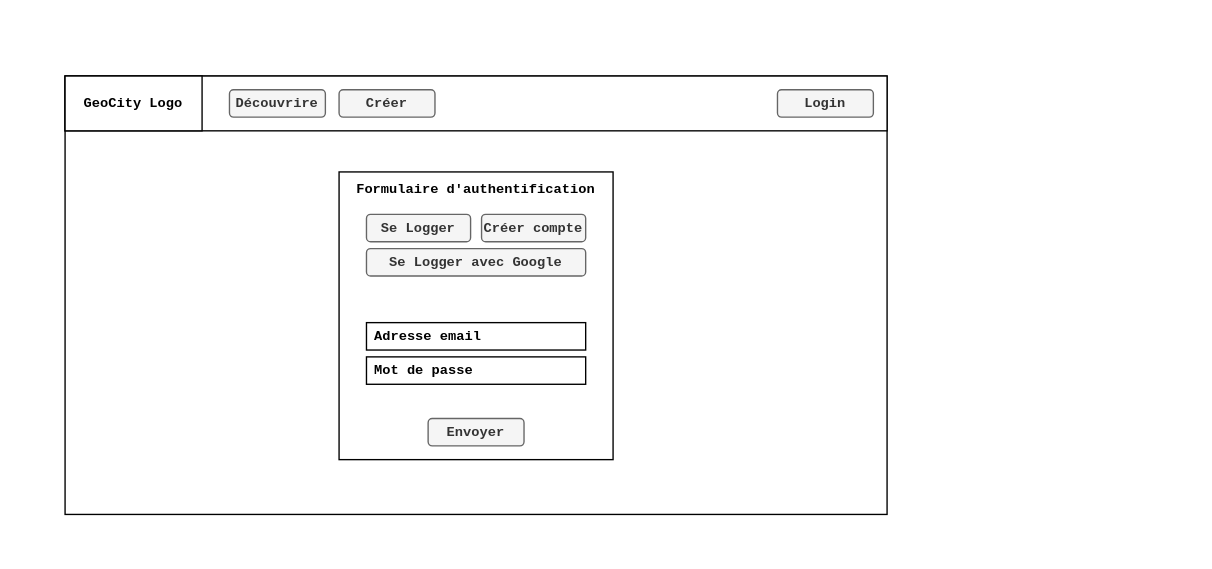
Above: page "U1" (3 of 9) of geocity.analysis/TFE/ressources/screen-mockups.drawio in WilliamGordon/GeoCity (draw.io), before the change. Source tidied: cells renumbered, new cells numbered last; positions are measured from the earlier drawing's top-left corner, leaving out a move shared by most shapes. Both pictures are drawn from the tidied source at 137%, with x=0, y=0 at pixel (64, 75).
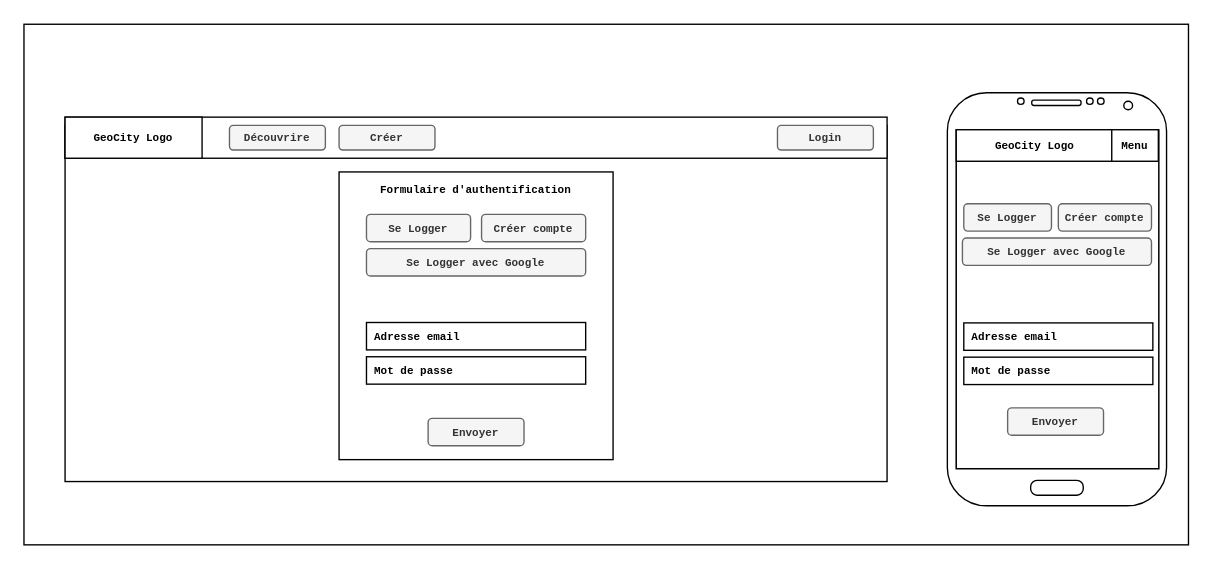
Above is the later version.

What changed in the source:
```diff
@@
+    <mxCell id="16" style="rounded=0;whiteSpace=wrap;html=1;fontFamily=Courier New;fontSize=8;strokeColor=#000000;" parent="1" vertex="1">
+      <mxGeometry x="648" y="62.2" width="148" height="225" as="geometry" />
+    </mxCell>
+    <mxCell id="17" style="rounded=0;whiteSpace=wrap;html=1;fontFamily=Courier New;fontSize=8;" parent="1" vertex="1">
+      <mxGeometry x="-30" y="-37.8" width="850" height="380" as="geometry" />
+    </mxCell>
-    <mxCell id="2" style="rounded=0;whiteSpace=wrap;html=1;fontFamily=Courier New;fontSize=10;fontStyle=1;" parent="1" vertex="1">
-      <mxGeometry width="600" height="320" as="geometry" />
+    <mxCell id="2" style="rounded=0;whiteSpace=wrap;html=1;fontFamily=Courier New;fontSize=8;fontStyle=1;" parent="1" vertex="1">
+      <mxGeometry y="36" width="600" height="260" as="geometry" />
     </mxCell>
-    <mxCell id="3" style="rounded=0;whiteSpace=wrap;html=1;fontFamily=Courier New;fontSize=10;fontStyle=1;" parent="1" vertex="1">
-      <mxGeometry width="600" height="40" as="geometry" />
+    <mxCell id="3" style="rounded=0;whiteSpace=wrap;html=1;fontFamily=Courier New;fontSize=8;fontStyle=1;" parent="1" vertex="1">
+      <mxGeometry y="30" width="600" height="30" as="geometry" />
     </mxCell>
-    <mxCell id="4" value="GeoCity Logo" style="rounded=0;whiteSpace=wrap;html=1;fontFamily=Courier New;fontSize=10;fontStyle=1;" parent="1" vertex="1">
-      <mxGeometry width="100" height="40" as="geometry" />
+    <mxCell id="4" value="GeoCity Logo" style="rounded=0;whiteSpace=wrap;html=1;fontFamily=Courier New;fontSize=8;fontStyle=1;" parent="1" vertex="1">
+      <mxGeometry y="30" width="100" height="30" as="geometry" />
     </mxCell>
-    <mxCell id="5" value="Découvrire" style="rounded=1;whiteSpace=wrap;html=1;fontFamily=Courier New;fontSize=10;fontStyle=1;fillColor=#f5f5f5;fontColor=#333333;strokeColor=#666666;" parent="1" vertex="1">
-      <mxGeometry x="120" y="10" width="70" height="20" as="geometry" />
+    <mxCell id="5" value="Découvrire" style="rounded=1;whiteSpace=wrap;html=1;fontFamily=Courier New;fontSize=8;fontStyle=1;fillColor=#f5f5f5;fontColor=#333333;strokeColor=#666666;" parent="1" vertex="1">
+      <mxGeometry x="120" y="36" width="70" height="18" as="geometry" />
     </mxCell>
-    <mxCell id="6" value="Login" style="rounded=1;whiteSpace=wrap;html=1;fontFamily=Courier New;fontSize=10;fontStyle=1;fillColor=#f5f5f5;fontColor=#333333;strokeColor=#666666;" parent="1" vertex="1">
-      <mxGeometry x="520" y="10" width="70" height="20" as="geometry" />
+    <mxCell id="6" value="Login" style="rounded=1;whiteSpace=wrap;html=1;fontFamily=Courier New;fontSize=8;fontStyle=1;fillColor=#f5f5f5;fontColor=#333333;strokeColor=#666666;" parent="1" vertex="1">
+      <mxGeometry x="520" y="36" width="70" height="18" as="geometry" />
     </mxCell>
-    <mxCell id="7" value="Créer" style="rounded=1;whiteSpace=wrap;html=1;fontFamily=Courier New;fontSize=10;fontStyle=1;fillColor=#f5f5f5;fontColor=#333333;strokeColor=#666666;" parent="1" vertex="1">
-      <mxGeometry x="200" y="10" width="70" height="20" as="geometry" />
+    <mxCell id="7" value="Créer" style="rounded=1;whiteSpace=wrap;html=1;fontFamily=Courier New;fontSize=8;fontStyle=1;fillColor=#f5f5f5;fontColor=#333333;strokeColor=#666666;" parent="1" vertex="1">
+      <mxGeometry x="200" y="36" width="70" height="18" as="geometry" />
     </mxCell>
-    <mxCell id="8" style="rounded=0;whiteSpace=wrap;html=1;fontFamily=Courier New;fontSize=10;fontStyle=1;" parent="1" vertex="1">
+    <mxCell id="8" style="rounded=0;whiteSpace=wrap;html=1;fontFamily=Courier New;fontSize=8;fontStyle=1;" parent="1" vertex="1">
       <mxGeometry x="200" y="70" width="200" height="210" as="geometry" />
     </mxCell>
-    <mxCell id="9" value="Adresse email" style="rounded=0;whiteSpace=wrap;html=1;fontFamily=Courier New;fontSize=10;fontStyle=1;align=left;spacing=0;spacingLeft=6;" parent="1" vertex="1">
-      <mxGeometry x="220" y="180" width="160" height="20" as="geometry" />
+    <mxCell id="9" value="Adresse email" style="rounded=0;whiteSpace=wrap;html=1;fontFamily=Courier New;fontSize=8;fontStyle=1;align=left;spacing=0;spacingLeft=6;" parent="1" vertex="1">
+      <mxGeometry x="220" y="179.9" width="160" height="20" as="geometry" />
     </mxCell>
-    <mxCell id="10" value="Se Logger" style="rounded=1;whiteSpace=wrap;html=1;fontFamily=Courier New;fontSize=10;fontStyle=1;fillColor=#f5f5f5;fontColor=#333333;strokeColor=#666666;" parent="1" vertex="1">
+    <mxCell id="10" value="Se Logger" style="rounded=1;whiteSpace=wrap;html=1;fontFamily=Courier New;fontSize=8;fontStyle=1;fillColor=#f5f5f5;fontColor=#333333;strokeColor=#666666;" parent="1" vertex="1">
       <mxGeometry x="220" y="101" width="76" height="20" as="geometry" />
     </mxCell>
-    <mxCell id="11" value="Créer compte" style="rounded=1;whiteSpace=wrap;html=1;fontFamily=Courier New;fontSize=10;fontStyle=1;fillColor=#f5f5f5;fontColor=#333333;strokeColor=#666666;" parent="1" vertex="1">
+    <mxCell id="11" value="Créer compte" style="rounded=1;whiteSpace=wrap;html=1;fontFamily=Courier New;fontSize=8;fontStyle=1;fillColor=#f5f5f5;fontColor=#333333;strokeColor=#666666;" parent="1" vertex="1">
       <mxGeometry x="304" y="101" width="76" height="20" as="geometry" />
     </mxCell>
-    <mxCell id="12" value="Se Logger avec Google" style="rounded=1;whiteSpace=wrap;html=1;fontFamily=Courier New;fontSize=10;fontStyle=1;fillColor=#f5f5f5;fontColor=#333333;strokeColor=#666666;" parent="1" vertex="1">
+    <mxCell id="12" value="Se Logger avec Google" style="rounded=1;whiteSpace=wrap;html=1;fontFamily=Courier New;fontSize=8;fontStyle=1;fillColor=#f5f5f5;fontColor=#333333;strokeColor=#666666;" parent="1" vertex="1">
       <mxGeometry x="220" y="126" width="160" height="20" as="geometry" />
     </mxCell>
-    <mxCell id="13" value="Mot de passe" style="rounded=0;whiteSpace=wrap;html=1;fontFamily=Courier New;fontSize=10;fontStyle=1;align=left;spacing=0;spacingLeft=6;" parent="1" vertex="1">
-      <mxGeometry x="220" y="205" width="160" height="20" as="geometry" />
+    <mxCell id="13" value="Mot de passe" style="rounded=0;whiteSpace=wrap;html=1;fontFamily=Courier New;fontSize=8;fontStyle=1;align=left;spacing=0;spacingLeft=6;" parent="1" vertex="1">
+      <mxGeometry x="220" y="204.9" width="160" height="20" as="geometry" />
     </mxCell>
-    <mxCell id="14" value="Envoyer" style="rounded=1;whiteSpace=wrap;html=1;fontFamily=Courier New;fontSize=10;fontStyle=1;fillColor=#f5f5f5;fontColor=#333333;strokeColor=#666666;" parent="1" vertex="1">
-      <mxGeometry x="265" y="250" width="70" height="20" as="geometry" />
+    <mxCell id="14" value="Envoyer" style="rounded=1;whiteSpace=wrap;html=1;fontFamily=Courier New;fontSize=8;fontStyle=1;fillColor=#f5f5f5;fontColor=#333333;strokeColor=#666666;" parent="1" vertex="1">
+      <mxGeometry x="265" y="249.9" width="70" height="20" as="geometry" />
     </mxCell>
-    <mxCell id="15" value="&lt;b&gt;Formulaire d'authentification&lt;/b&gt;" style="text;html=1;strokeColor=none;fillColor=none;align=center;verticalAlign=middle;whiteSpace=wrap;rounded=0;fontFamily=Courier New;fontSize=10;" parent="1" vertex="1">
+    <mxCell id="15" value="&lt;b style=&quot;font-size: 8px;&quot;&gt;Formulaire d'authentification&lt;/b&gt;" style="text;html=1;strokeColor=none;fillColor=none;align=center;verticalAlign=middle;whiteSpace=wrap;rounded=0;fontFamily=Courier New;fontSize=8;" parent="1" vertex="1">
       <mxGeometry x="200" y="70" width="200" height="25" as="geometry" />
     </mxCell>
+    <mxCell id="18" style="rounded=0;whiteSpace=wrap;html=1;fontFamily=Courier New;fontSize=8;strokeColor=#000000;" parent="1" vertex="1">
+      <mxGeometry x="650.5" y="62.2" width="148" height="225" as="geometry" />
+    </mxCell>
+    <mxCell id="19" style="verticalLabelPosition=bottom;verticalAlign=top;html=1;shadow=0;dashed=0;strokeWidth=1;shape=mxgraph.android.phone2;strokeColor=#000000;fontFamily=Courier New;fontSize=8;" parent="1" vertex="1">
+      <mxGeometry x="644" y="12.2" width="160" height="301.5" as="geometry" />
+    </mxCell>
+    <mxCell id="20" value="GeoCity Logo" style="rounded=0;whiteSpace=wrap;html=1;fontFamily=Courier New;fontSize=8;fontStyle=1;" parent="1" vertex="1">
+      <mxGeometry x="650.5" y="39.2" width="114" height="23" as="geometry" />
+    </mxCell>
+    <mxCell id="21" value="Menu" style="rounded=0;whiteSpace=wrap;html=1;fontFamily=Courier New;fontSize=8;fontStyle=1;" parent="1" vertex="1">
+      <mxGeometry x="764" y="39.2" width="34" height="23" as="geometry" />
+    </mxCell>
+    <mxCell id="22" value="Adresse email" style="rounded=0;whiteSpace=wrap;html=1;fontFamily=Courier New;fontSize=8;fontStyle=1;align=left;spacing=0;spacingLeft=6;" parent="1" vertex="1">
+      <mxGeometry x="656" y="180.2" width="138" height="20" as="geometry" />
+    </mxCell>
+    <mxCell id="23" value="Se Logger" style="rounded=1;whiteSpace=wrap;html=1;fontFamily=Courier New;fontSize=8;fontStyle=1;fillColor=#f5f5f5;fontColor=#333333;strokeColor=#666666;" parent="1" vertex="1">
+      <mxGeometry x="656" y="93.2" width="64" height="20" as="geometry" />
+    </mxCell>
+    <mxCell id="24" value="Créer compte" style="rounded=1;whiteSpace=wrap;html=1;fontFamily=Courier New;fontSize=8;fontStyle=1;fillColor=#f5f5f5;fontColor=#333333;strokeColor=#666666;" parent="1" vertex="1">
+      <mxGeometry x="725" y="93.2" width="68" height="20" as="geometry" />
+    </mxCell>
+    <mxCell id="25" value="Se Logger avec Google" style="rounded=1;whiteSpace=wrap;html=1;fontFamily=Courier New;fontSize=8;fontStyle=1;fillColor=#f5f5f5;fontColor=#333333;strokeColor=#666666;" parent="1" vertex="1">
+      <mxGeometry x="655" y="118.2" width="138" height="20" as="geometry" />
+    </mxCell>
+    <mxCell id="26" value="Mot de passe" style="rounded=0;whiteSpace=wrap;html=1;fontFamily=Courier New;fontSize=8;fontStyle=1;align=left;spacing=0;spacingLeft=6;" parent="1" vertex="1">
+      <mxGeometry x="656" y="205.2" width="138" height="20" as="geometry" />
+    </mxCell>
+    <mxCell id="27" value="Envoyer" style="rounded=1;whiteSpace=wrap;html=1;fontFamily=Courier New;fontSize=8;fontStyle=1;fillColor=#f5f5f5;fontColor=#333333;strokeColor=#666666;" parent="1" vertex="1">
+      <mxGeometry x="688" y="242.2" width="70" height="20" as="geometry" />
+    </mxCell>
```
